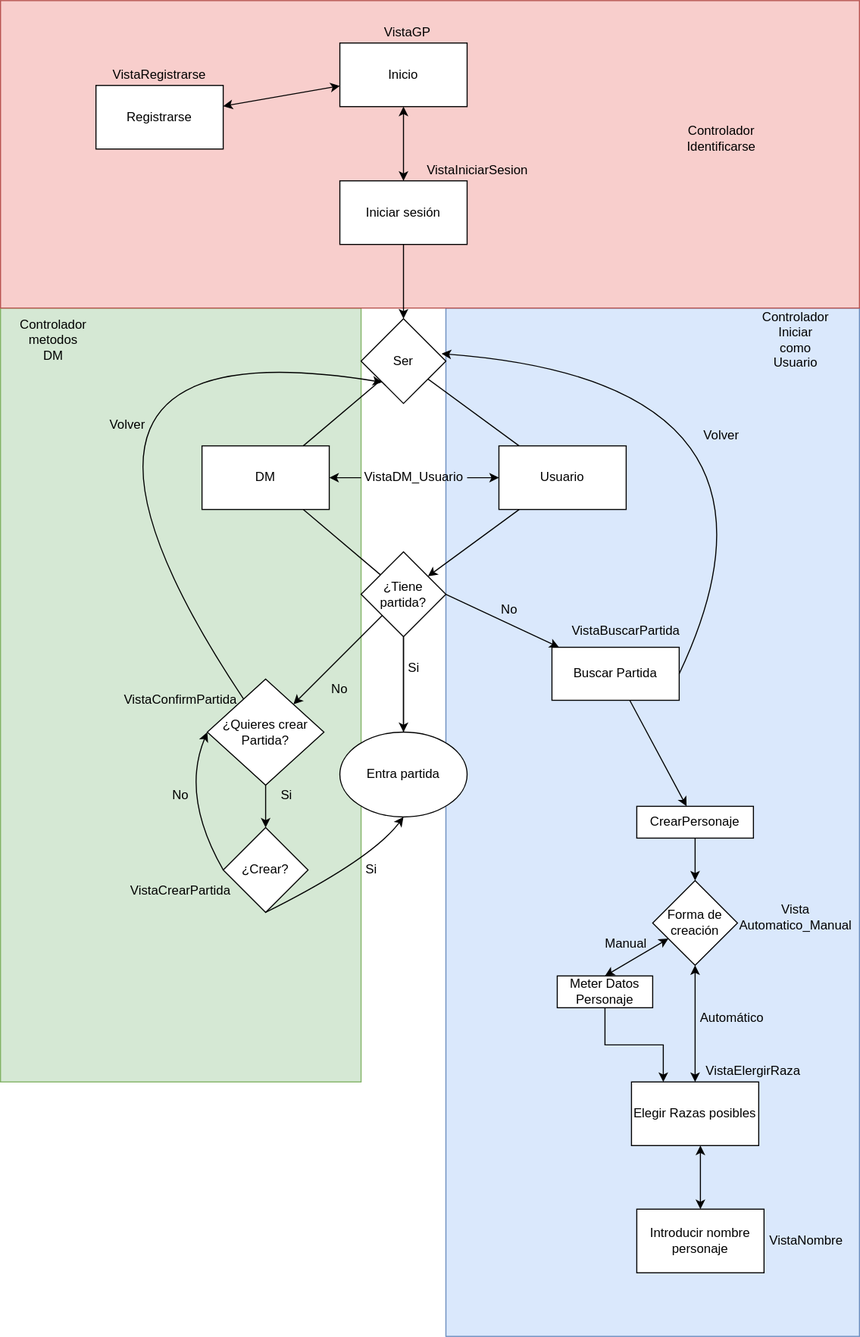
The draw.io diagram diagrama.svg in JaviOrtunoRoig/D-D, before a commit. Source tidied: cells renumbered, new cells last; positions are measured from the earlier drawing's top-left corner, leaving out a move shared by most shapes.
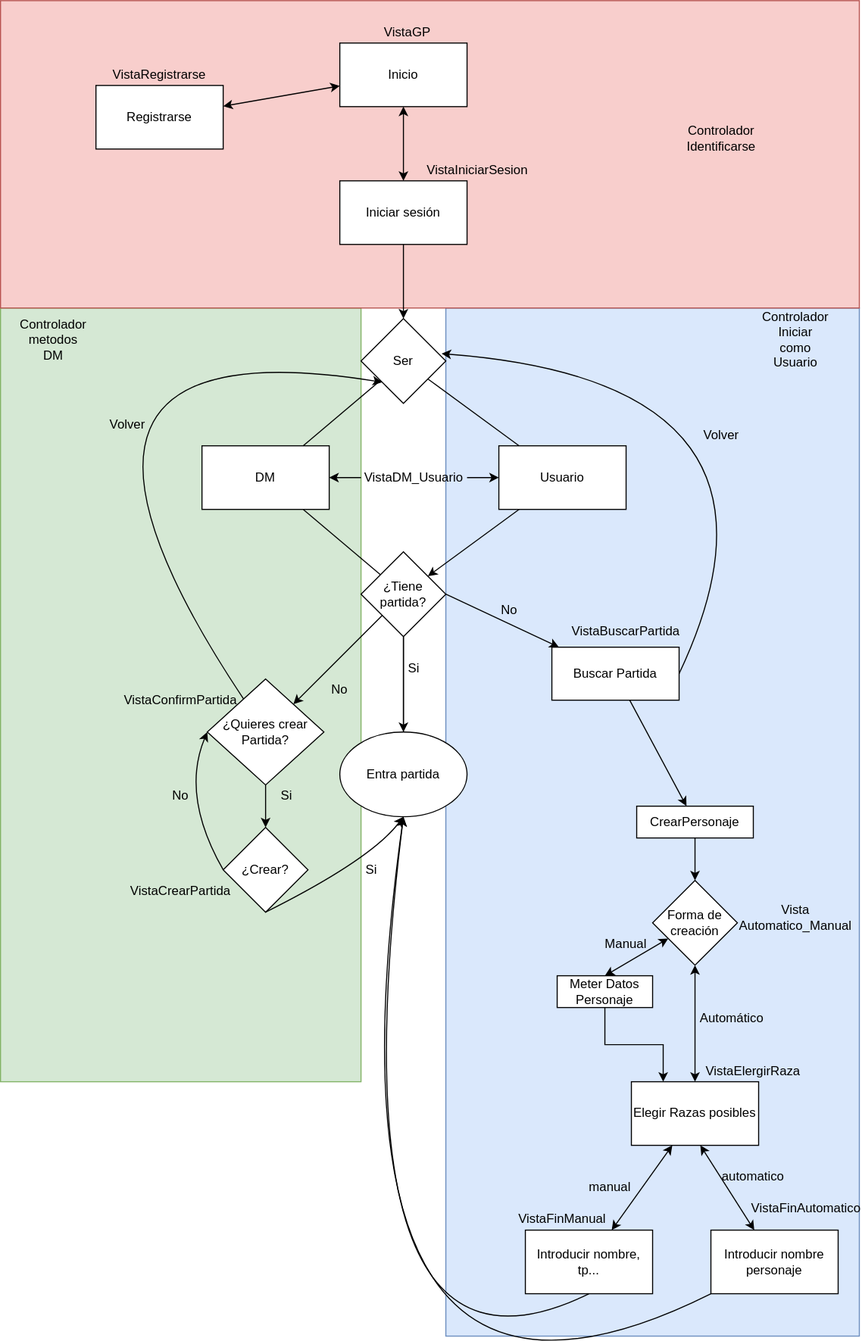
Above is the later version.

Diff of the diagram source:
```diff
@@ -214,10 +214,39 @@
       </mxGeometry>
     </mxCell>
     <mxCell id="66" value="Introducir nombre personaje" style="rounded=0;whiteSpace=wrap;html=1;" parent="1" vertex="1">
-      <mxGeometry x="610" y="1140" width="120" height="60" as="geometry" />
+      <mxGeometry x="680" y="1160" width="120" height="60" as="geometry" />
     </mxCell>
-    <mxCell id="67" value="VistaNombre" style="text;html=1;strokeColor=none;fillColor=none;align=center;verticalAlign=middle;whiteSpace=wrap;rounded=0;" parent="1" vertex="1">
-      <mxGeometry x="750" y="1160" width="40" height="20" as="geometry" />
+    <mxCell id="67" value="VistaFinAutomatico" style="text;html=1;strokeColor=none;fillColor=none;align=center;verticalAlign=middle;whiteSpace=wrap;rounded=0;" parent="1" vertex="1">
+      <mxGeometry x="750" y="1130" width="40" height="20" as="geometry" />
     </mxCell>
+    <mxCell id="68" value="Introducir nombre, tp..." style="rounded=0;whiteSpace=wrap;html=1;" parent="1" vertex="1">
+      <mxGeometry x="505" y="1160" width="120" height="60" as="geometry" />
+    </mxCell>
+    <mxCell id="69" style="endArrow=classic;startArrow=classic;html=1;" parent="1" edge="1" source="68" target="53">
+      <mxGeometry relative="1" as="geometry" />
+    </mxCell>
+    <mxCell id="70" style="curved=1;endArrow=classic;html=1;exitX=0.5;exitY=1;exitDx=0;exitDy=0;entryX=0.5;entryY=1;entryDx=0;entryDy=0;" parent="1" edge="1" source="68" target="17">
+      <mxGeometry relative="1" as="geometry">
+        <Array as="points">
+          <mxPoint x="320" y="1340" />
+        </Array>
+      </mxGeometry>
+    </mxCell>
+    <mxCell id="71" style="curved=1;endArrow=classic;html=1;exitX=0;exitY=1;exitDx=0;exitDy=0;entryX=0.5;entryY=1;entryDx=0;entryDy=0;" parent="1" edge="1" source="66" target="17">
+      <mxGeometry relative="1" as="geometry">
+        <Array as="points">
+          <mxPoint x="300" y="1410" />
+        </Array>
+      </mxGeometry>
+    </mxCell>
+    <mxCell id="72" value="automatico" style="text;html=1;strokeColor=none;fillColor=none;align=center;verticalAlign=middle;whiteSpace=wrap;rounded=0;" parent="1" vertex="1">
+      <mxGeometry x="700" y="1100" width="40" height="20" as="geometry" />
+    </mxCell>
+    <mxCell id="73" value="manual" style="text;html=1;strokeColor=none;fillColor=none;align=center;verticalAlign=middle;whiteSpace=wrap;rounded=0;" parent="1" vertex="1">
+      <mxGeometry x="565" y="1110" width="40" height="20" as="geometry" />
+    </mxCell>
+    <mxCell id="74" value="VistaFinManual" style="text;html=1;strokeColor=none;fillColor=none;align=center;verticalAlign=middle;whiteSpace=wrap;rounded=0;" parent="1" vertex="1">
+      <mxGeometry x="520" y="1140" width="40" height="20" as="geometry" />
+    </mxCell>
   </root>
 </mxGraphModel>
```
